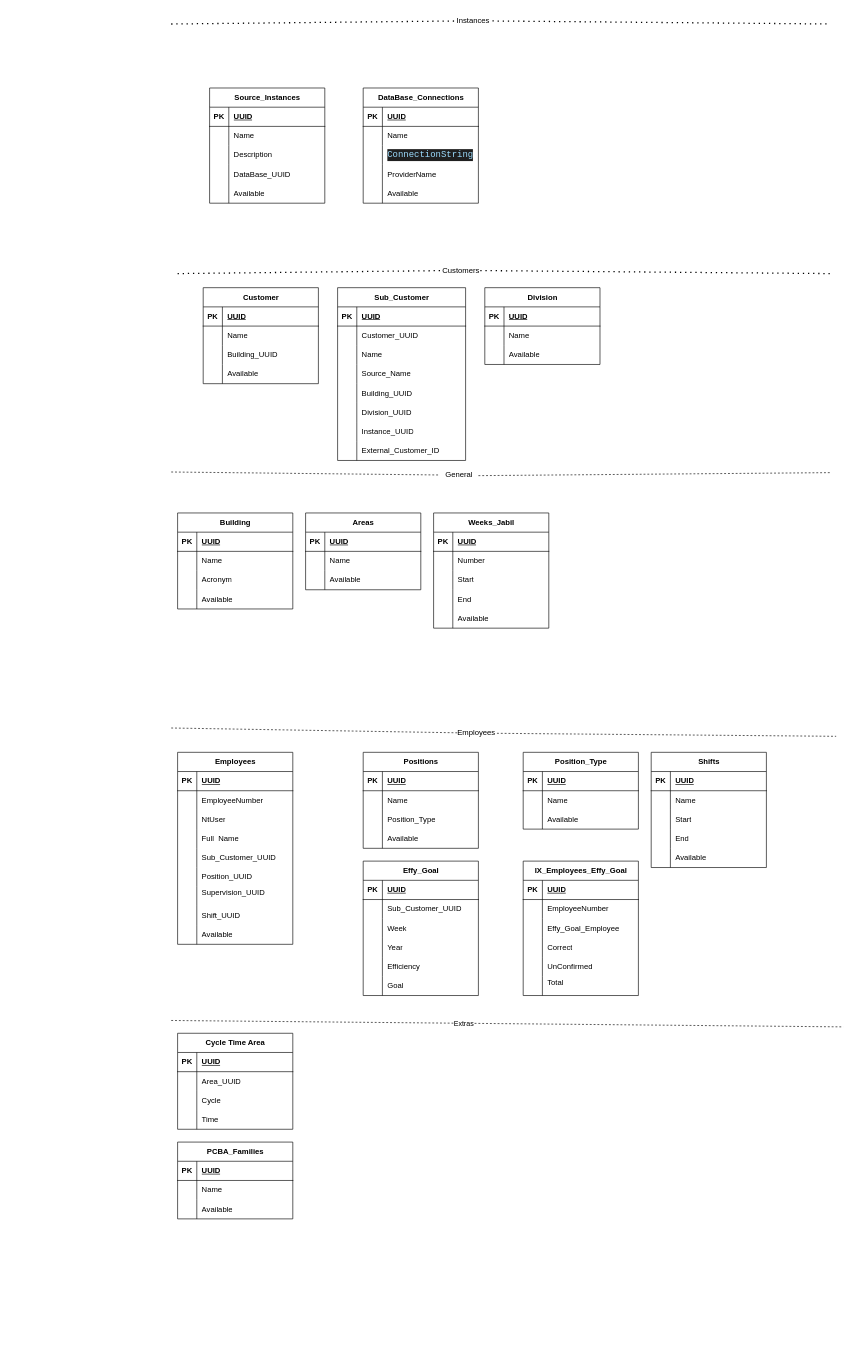
Above: page "Modelos" (1 of 6) of Untitled Diagram.drawio in byok22/backend (draw.io), before the change. Source tidied: cells renumbered, new cells numbered last; positions are measured from the earlier drawing's top-left corner, leaving out a move shared by most shapes. Both pictures are drawn from the tidied source at 64%, with x=0, y=0 at pixel (171, 11).
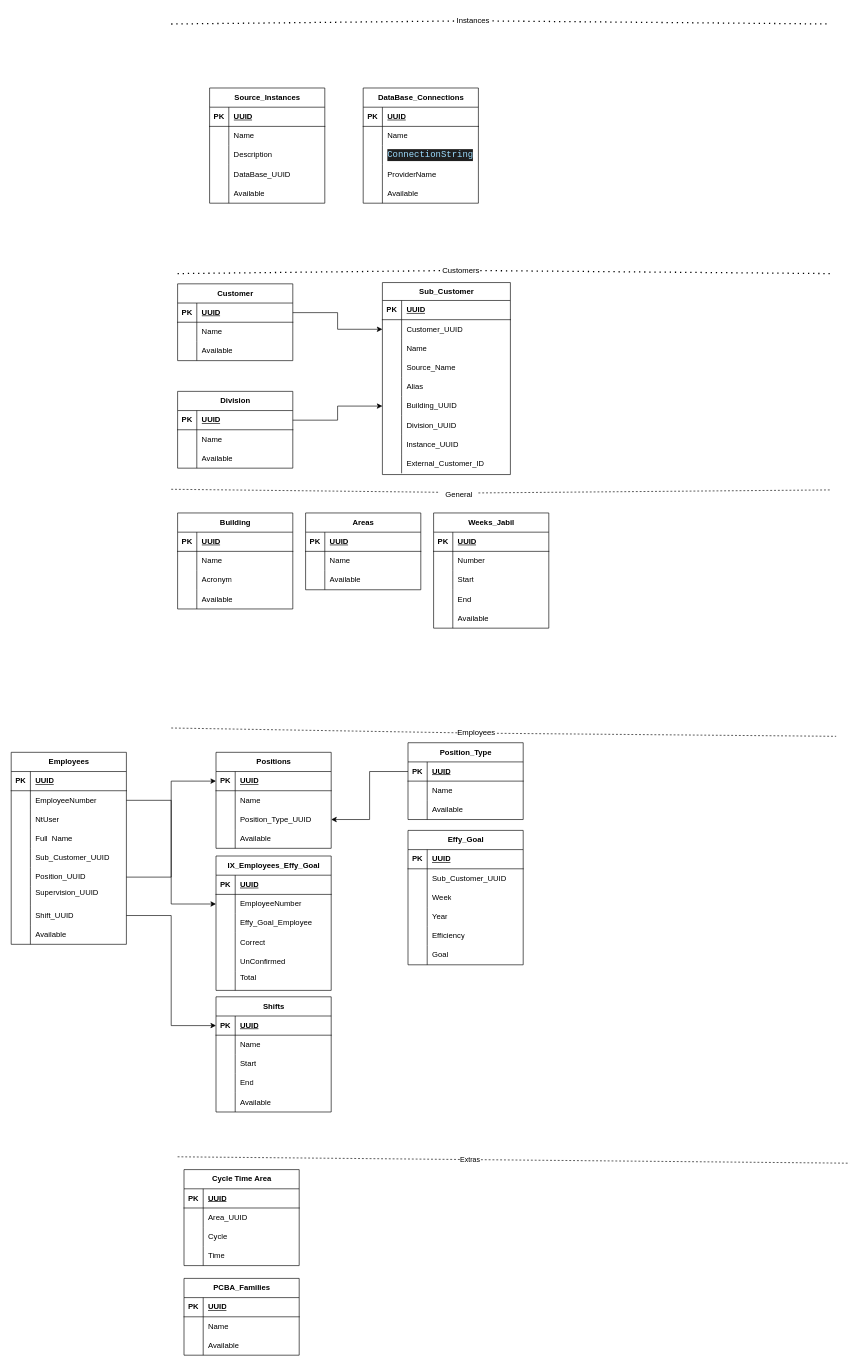
After the change.

Unchanged cells that the change refers to:
```xml
<mxCell id="3" style="shape=tableRow;horizontal=0;startSize=0;swimlaneHead=0;swimlaneBody=0;fillColor=none;points=[[0,0.5],[1,0.5]];portConstraint=eastwest;top=0;left=0;right=0;bottom=1;" parent="2" vertex="1">
  <mxGeometry y="30" width="180" height="30" as="geometry" />
</mxCell>
<mxCell id="54" style="shape=tableRow;horizontal=0;startSize=0;swimlaneHead=0;swimlaneBody=0;fillColor=none;points=[[0,0.5],[1,0.5]];portConstraint=eastwest;top=0;left=0;right=0;bottom=1;" parent="53" vertex="1">
  <mxGeometry y="30" width="180" height="30" as="geometry" />
</mxCell>
<mxCell id="70" style="shape=tableRow;horizontal=0;startSize=0;swimlaneHead=0;swimlaneBody=0;fillColor=none;points=[[0,0.5],[1,0.5]];portConstraint=eastwest;top=0;left=0;right=0;bottom=1;" parent="69" vertex="1">
  <mxGeometry y="30" width="180" height="30" as="geometry" />
</mxCell>
<mxCell id="99" style="shape=tableRow;horizontal=0;startSize=0;swimlaneHead=0;swimlaneBody=0;fillColor=none;points=[[0,0.5],[1,0.5]];portConstraint=eastwest;top=0;left=0;right=0;bottom=0;" parent="95" vertex="1">
  <mxGeometry y="60" width="180" height="30" as="geometry" />
</mxCell>
<mxCell id="111" style="shape=tableRow;horizontal=0;startSize=0;swimlaneHead=0;swimlaneBody=0;fillColor=none;points=[[0,0.5],[1,0.5]];portConstraint=eastwest;top=0;left=0;right=0;bottom=0;" parent="95" vertex="1">
  <mxGeometry y="180" width="180" height="30" as="geometry" />
</mxCell>
<mxCell id="117" style="shape=tableRow;horizontal=0;startSize=0;swimlaneHead=0;swimlaneBody=0;fillColor=none;points=[[0,0.5],[1,0.5]];portConstraint=eastwest;top=0;left=0;right=0;bottom=0;" parent="95" vertex="1">
  <mxGeometry y="240" width="180" height="30" as="geometry" />
</mxCell>
<mxCell id="124" style="shape=tableRow;horizontal=0;startSize=0;swimlaneHead=0;swimlaneBody=0;fillColor=none;points=[[0,0.5],[1,0.5]];portConstraint=eastwest;top=0;left=0;right=0;bottom=1;" parent="123" vertex="1">
  <mxGeometry y="30" width="180" height="30" as="geometry" />
</mxCell>
<mxCell id="130" style="shape=tableRow;horizontal=0;startSize=0;swimlaneHead=0;swimlaneBody=0;fillColor=none;points=[[0,0.5],[1,0.5]];portConstraint=eastwest;top=0;left=0;right=0;bottom=0;" parent="123" vertex="1">
  <mxGeometry y="90" width="180" height="30" as="geometry" />
</mxCell>
<mxCell id="137" style="shape=tableRow;horizontal=0;startSize=0;swimlaneHead=0;swimlaneBody=0;fillColor=none;points=[[0,0.5],[1,0.5]];portConstraint=eastwest;top=0;left=0;right=0;bottom=1;" parent="136" vertex="1">
  <mxGeometry y="30" width="180" height="30" as="geometry" />
</mxCell>
<mxCell id="171" style="shape=tableRow;horizontal=0;startSize=0;swimlaneHead=0;swimlaneBody=0;fillColor=none;points=[[0,0.5],[1,0.5]];portConstraint=eastwest;top=0;left=0;right=0;bottom=0;" parent="167" vertex="1">
  <mxGeometry y="60" width="180" height="30" as="geometry" />
</mxCell>
```

Diff of the diagram source:
```diff
@@
+    <mxCell id="263" style="edgeStyle=orthogonalEdgeStyle;rounded=0;jettySize=auto;html=1;exitX=1;exitY=0.5;exitDx=0;exitDy=0;" parent="1" edge="1" source="3" target="19">
+      <mxGeometry relative="1" as="geometry" />
+    </mxCell>
     <mxCell id="2" value="Customer" style="shape=table;startSize=30;childLayout=tableLayout;rowLines=0;fontStyle=1;align=center;html=1;" parent="1" vertex="1">
-      <mxGeometry x="50" y="432" width="180" height="150" as="geometry" />
+      <mxGeometry x="10" y="426" width="180" height="120" as="geometry" />
     </mxCell>
@@
-    <mxCell id="9" style="shape=tableRow;horizontal=0;startSize=0;swimlaneHead=0;swimlaneBody=0;fillColor=none;top=0;left=0;right=0;bottom=0;" parent="2" vertex="1">
-      <mxGeometry y="90" width="180" height="30" as="geometry" />
-    </mxCell>
-    <mxCell id="10" style="shape=partialRectangle;fillColor=none;top=0;left=0;bottom=0;right=0;overflow=hidden;whiteSpace=wrap;html=1;" parent="9" vertex="1">
-      <mxGeometry width="30" height="30" as="geometry" />
-    </mxCell>
-    <mxCell id="11" value="Building_UUID" style="shape=partialRectangle;fillColor=none;top=0;left=0;bottom=0;right=0;align=left;spacingLeft=6;overflow=hidden;whiteSpace=wrap;html=1;" parent="9" vertex="1">
-      <mxGeometry x="30" width="150" height="30" as="geometry" />
-    </mxCell>
     <mxCell id="12" style="shape=tableRow;horizontal=0;startSize=0;swimlaneHead=0;swimlaneBody=0;fillColor=none;top=0;left=0;right=0;bottom=0;" parent="2" vertex="1">
-      <mxGeometry y="120" width="180" height="30" as="geometry" />
+      <mxGeometry y="90" width="180" height="30" as="geometry" />
     </mxCell>
@@
-    <mxCell id="15" value="Sub_Customer" style="shape=table;startSize=30;childLayout=tableLayout;rowLines=0;fontStyle=1;align=center;html=1;" parent="1" vertex="1">
-      <mxGeometry x="260" y="432" width="200" height="270" as="geometry" />
+    <mxCell id="15" value="Sub_Customer" style="shape=table;startSize=28;childLayout=tableLayout;rowLines=0;fontStyle=1;align=center;html=1;fillColor=none;" parent="1" vertex="1">
+      <mxGeometry x="330" y="424" width="200" height="300" as="geometry" />
     </mxCell>
     <mxCell id="16" style="shape=tableRow;horizontal=0;startSize=0;swimlaneHead=0;swimlaneBody=0;fillColor=none;top=0;left=0;right=0;bottom=1;" parent="15" vertex="1">
-      <mxGeometry y="30" width="200" height="30" as="geometry" />
+      <mxGeometry y="28" width="200" height="30" as="geometry" />
     </mxCell>
@@
     <mxCell id="19" style="shape=tableRow;horizontal=0;startSize=0;swimlaneHead=0;swimlaneBody=0;fillColor=none;points=[[0,0.5],[1,0.5]];portConstraint=eastwest;top=0;left=0;right=0;bottom=0;" parent="15" vertex="1">
-      <mxGeometry y="60" width="200" height="30" as="geometry" />
+      <mxGeometry y="58" width="200" height="30" as="geometry" />
     </mxCell>
@@
     <mxCell id="22" style="shape=tableRow;horizontal=0;startSize=0;swimlaneHead=0;swimlaneBody=0;fillColor=none;top=0;left=0;right=0;bottom=0;" parent="15" vertex="1">
-      <mxGeometry y="90" width="200" height="30" as="geometry" />
+      <mxGeometry y="88" width="200" height="30" as="geometry" />
     </mxCell>
@@
     <mxCell id="25" style="shape=tableRow;horizontal=0;startSize=0;swimlaneHead=0;swimlaneBody=0;fillColor=none;top=0;left=0;right=0;bottom=0;" parent="15" vertex="1">
-      <mxGeometry y="120" width="200" height="30" as="geometry" />
+      <mxGeometry y="118" width="200" height="30" as="geometry" />
     </mxCell>
@@
     <mxCell id="28" style="shape=tableRow;horizontal=0;startSize=0;swimlaneHead=0;swimlaneBody=0;fillColor=none;top=0;left=0;right=0;bottom=0;" parent="15" vertex="1">
-      <mxGeometry y="150" width="200" height="30" as="geometry" />
+      <mxGeometry y="148" width="200" height="30" as="geometry" />
     </mxCell>
@@
-    <mxCell id="30" value="Building_UUID" style="shape=partialRectangle;fillColor=none;top=0;left=0;bottom=0;right=0;align=left;spacingLeft=6;overflow=hidden;whiteSpace=wrap;html=1;" parent="28" vertex="1">
+    <mxCell id="30" value="Alias" style="shape=partialRectangle;fillColor=none;top=0;left=0;bottom=0;right=0;align=left;spacingLeft=6;overflow=hidden;whiteSpace=wrap;html=1;" parent="28" vertex="1">
       <mxGeometry x="30" width="170" height="30" as="geometry" />
     </mxCell>
     <mxCell id="31" style="shape=tableRow;horizontal=0;startSize=0;swimlaneHead=0;swimlaneBody=0;fillColor=none;points=[[0,0.5],[1,0.5]];portConstraint=eastwest;top=0;left=0;right=0;bottom=0;" parent="15" vertex="1">
-      <mxGeometry y="180" width="200" height="30" as="geometry" />
+      <mxGeometry y="178" width="200" height="30" as="geometry" />
     </mxCell>
@@
-    <mxCell id="33" value="Division_UUID" style="shape=partialRectangle;fillColor=none;top=0;left=0;bottom=0;right=0;align=left;spacingLeft=6;overflow=hidden;whiteSpace=wrap;html=1;" parent="31" vertex="1">
+    <mxCell id="33" value="Building_UUID" style="shape=partialRectangle;fillColor=none;top=0;left=0;bottom=0;right=0;align=left;spacingLeft=6;overflow=hidden;whiteSpace=wrap;html=1;" parent="31" vertex="1">
       <mxGeometry x="30" width="170" height="30" as="geometry" />
     </mxCell>
     <mxCell id="34" style="shape=tableRow;horizontal=0;startSize=0;swimlaneHead=0;swimlaneBody=0;fillColor=none;top=0;left=0;right=0;bottom=0;" parent="15" vertex="1">
-      <mxGeometry y="210" width="200" height="30" as="geometry" />
+      <mxGeometry y="208" width="200" height="30" as="geometry" />
     </mxCell>
@@
-    <mxCell id="36" value="Instance_UUID" style="shape=partialRectangle;fillColor=none;top=0;left=0;bottom=0;right=0;align=left;spacingLeft=6;overflow=hidden;whiteSpace=wrap;html=1;" parent="34" vertex="1">
+    <mxCell id="36" value="Division_UUID" style="shape=partialRectangle;fillColor=none;top=0;left=0;bottom=0;right=0;align=left;spacingLeft=6;overflow=hidden;whiteSpace=wrap;html=1;" parent="34" vertex="1">
       <mxGeometry x="30" width="170" height="30" as="geometry" />
     </mxCell>
     <mxCell id="37" style="shape=tableRow;horizontal=0;startSize=0;swimlaneHead=0;swimlaneBody=0;fillColor=none;top=0;left=0;right=0;bottom=0;" parent="15" vertex="1">
-      <mxGeometry y="240" width="200" height="30" as="geometry" />
+      <mxGeometry y="238" width="200" height="30" as="geometry" />
     </mxCell>
@@
-    <mxCell id="39" value="External_Customer_ID" style="shape=partialRectangle;fillColor=none;top=0;left=0;bottom=0;right=0;align=left;spacingLeft=6;overflow=hidden;whiteSpace=wrap;html=1;" parent="37" vertex="1">
+    <mxCell id="39" value="Instance_UUID" style="shape=partialRectangle;fillColor=none;top=0;left=0;bottom=0;right=0;align=left;spacingLeft=6;overflow=hidden;whiteSpace=wrap;html=1;" parent="37" vertex="1">
       <mxGeometry x="30" width="170" height="30" as="geometry" />
     </mxCell>
+    <mxCell id="264" style="shape=tableRow;horizontal=0;startSize=0;swimlaneHead=0;swimlaneBody=0;fillColor=none;top=0;left=0;right=0;bottom=0;" parent="15" vertex="1">
+      <mxGeometry y="268" width="200" height="30" as="geometry" />
+    </mxCell>
+    <mxCell id="10" style="shape=partialRectangle;fillColor=none;top=0;left=0;bottom=0;right=0;overflow=hidden;whiteSpace=wrap;html=1;" parent="264" vertex="1">
+      <mxGeometry width="30" height="30" as="geometry" />
+    </mxCell>
+    <mxCell id="265" value="External_Customer_ID" style="shape=partialRectangle;fillColor=none;top=0;left=0;bottom=0;right=0;align=left;spacingLeft=6;overflow=hidden;whiteSpace=wrap;html=1;" parent="264" vertex="1">
+      <mxGeometry x="30" width="170" height="30" as="geometry" />
+    </mxCell>
@@
     <mxCell id="53" value="Shifts" style="shape=table;startSize=30;childLayout=tableLayout;rowLines=0;fontStyle=1;align=center;html=1;" parent="1" vertex="1">
-      <mxGeometry x="750" y="1158" width="180" height="180" as="geometry" />
+      <mxGeometry x="70" y="1540" width="180" height="180" as="geometry" />
     </mxCell>
@@
+    <mxCell id="266" style="edgeStyle=orthogonalEdgeStyle;rounded=0;jettySize=auto;html=1;exitX=1;exitY=0.5;exitDx=0;exitDy=0;" parent="1" edge="1" source="70" target="31">
+      <mxGeometry relative="1" as="geometry" />
+    </mxCell>
     <mxCell id="69" value="&lt;div&gt;Division&lt;/div&gt;" style="shape=table;startSize=30;childLayout=tableLayout;rowLines=0;fontStyle=1;align=center;html=1;" parent="1" vertex="1">
-      <mxGeometry x="490" y="432" width="180" height="120" as="geometry" />
+      <mxGeometry x="10" y="594" width="180" height="120" as="geometry" />
     </mxCell>
@@
+    <mxCell id="267" style="edgeStyle=orthogonalEdgeStyle;rounded=0;jettySize=auto;html=1;entryX=0;entryY=0.5;entryDx=0;entryDy=0;" parent="1" edge="1" source="111" target="124">
+      <mxGeometry relative="1" as="geometry" />
+    </mxCell>
     <mxCell id="95" value="Employees" style="shape=table;startSize=30;childLayout=tableLayout;rowLines=0;fontStyle=1;align=center;html=1;" parent="1" vertex="1">
-      <mxGeometry x="10" y="1158" width="180" height="300" as="geometry" />
+      <mxGeometry x="-250" y="1158" width="180" height="300" as="geometry" />
     </mxCell>
@@
     <mxCell id="123" value="Positions" style="shape=table;startSize=30;childLayout=tableLayout;rowLines=0;fontStyle=1;align=center;html=1;" parent="1" vertex="1">
-      <mxGeometry x="300" y="1158" width="180" height="150" as="geometry" />
+      <mxGeometry x="70" y="1158" width="180" height="150" as="geometry" />
     </mxCell>
@@
-    <mxCell id="132" value="Position_Type" style="shape=partialRectangle;fillColor=none;top=0;left=0;bottom=0;right=0;align=left;spacingLeft=6;overflow=hidden;whiteSpace=wrap;html=1;" parent="130" vertex="1">
+    <mxCell id="132" value="Position_Type_UUID" style="shape=partialRectangle;fillColor=none;top=0;left=0;bottom=0;right=0;align=left;spacingLeft=6;overflow=hidden;whiteSpace=wrap;html=1;" parent="130" vertex="1">
       <mxGeometry x="30" width="150" height="30" as="geometry" />
     </mxCell>
@@
+    <mxCell id="268" style="edgeStyle=orthogonalEdgeStyle;rounded=0;jettySize=auto;html=1;entryX=1;entryY=0.5;entryDx=0;entryDy=0;" parent="1" edge="1" source="137" target="130">
+      <mxGeometry relative="1" as="geometry" />
+    </mxCell>
     <mxCell id="136" value="Position_Type" style="shape=table;startSize=30;childLayout=tableLayout;rowLines=0;fontStyle=1;align=center;html=1;" parent="1" vertex="1">
-      <mxGeometry x="550" y="1158" width="180" height="120" as="geometry" />
+      <mxGeometry x="370" y="1143" width="180" height="120" as="geometry" />
     </mxCell>
@@
     <mxCell id="147" style="html=1;labelBackgroundColor=#ffffff;endArrow=none;endFill=0;jettySize=auto;orthogonalLoop=1;strokeWidth=1;dashed=1;fontSize=14;rounded=0;" parent="1" edge="1">
       <mxGeometry relative="1" as="geometry">
-        <mxPoint x="480" y="725.7" as="sourcePoint" />
-        <mxPoint x="1030" y="721" as="targetPoint" />
+        <mxPoint x="480" y="752.7" as="sourcePoint" />
+        <mxPoint x="1030" y="748" as="targetPoint" />
       </mxGeometry>
     </mxCell>
     <mxCell id="148" value="Effy_Goal" style="shape=table;startSize=30;childLayout=tableLayout;rowLines=0;fontStyle=1;align=center;html=1;" parent="1" vertex="1">
-      <mxGeometry x="300" y="1328" width="180" height="210" as="geometry" />
+      <mxGeometry x="370" y="1280" width="180" height="210" as="geometry" />
     </mxCell>
@@
     <mxCell id="167" value="IX_Employees_Effy_Goal" style="shape=table;startSize=30;childLayout=tableLayout;rowLines=0;fontStyle=1;align=center;html=1;" parent="1" vertex="1">
-      <mxGeometry x="550" y="1328" width="180" height="210" as="geometry" />
+      <mxGeometry x="70" y="1320" width="180" height="210" as="geometry" />
     </mxCell>
@@
-    <mxCell id="196" style="html=1;labelBackgroundColor=#ffffff;endArrow=none;endFill=0;jettySize=auto;strokeWidth=1;dashed=1;fontSize=14;rounded=0;" parent="1" edge="1" target="197">
+    <mxCell id="196" style="html=1;labelBackgroundColor=#ffffff;endArrow=none;endFill=0;jettySize=auto;orthogonalLoop=1;strokeWidth=1;dashed=1;fontSize=14;rounded=0;" parent="1" edge="1">
       <mxGeometry relative="1" as="geometry">
-        <mxPoint y="720" as="sourcePoint" />
+        <mxPoint y="747" as="sourcePoint" />
+        <mxPoint x="420" y="751.7" as="targetPoint" />
       </mxGeometry>
     </mxCell>
     <mxCell id="197" value="General" style="text;html=1;align=center;verticalAlign=middle;whiteSpace=wrap;rounded=0;" parent="1" vertex="1">
-      <mxGeometry x="420" y="710" width="60" height="30" as="geometry" />
+      <mxGeometry x="420" y="740" width="60" height="30" as="geometry" />
     </mxCell>
@@
     <mxCell id="238" style="endArrow=none;dashed=1;html=1;rounded=0;" parent="1" edge="1">
       <mxGeometry relative="1" as="geometry">
-        <mxPoint y="1577" as="sourcePoint" />
-        <mxPoint x="1050" y="1587" as="targetPoint" />
+        <mxPoint x="10" y="1790" as="sourcePoint" />
+        <mxPoint x="1060" y="1800" as="targetPoint" />
       </mxGeometry>
     </mxCell>
@@
     <mxCell id="240" value="Cycle Time Area" style="shape=table;startSize=30;childLayout=tableLayout;rowLines=0;fontStyle=1;align=center;html=1;" parent="1" vertex="1">
-      <mxGeometry x="10" y="1597" width="180" height="150" as="geometry" />
+      <mxGeometry x="20" y="1810" width="180" height="150" as="geometry" />
     </mxCell>
@@
     <mxCell id="253" value="PCBA_Families" style="shape=table;startSize=30;childLayout=tableLayout;rowLines=0;fontStyle=1;align=center;html=1;" parent="1" vertex="1">
-      <mxGeometry x="10" y="1767" width="180" height="120" as="geometry" />
+      <mxGeometry x="20" y="1980" width="180" height="120" as="geometry" />
     </mxCell>
@@
+    <mxCell id="269" style="edgeStyle=orthogonalEdgeStyle;rounded=0;jettySize=auto;html=1;exitX=1;exitY=0.5;exitDx=0;exitDy=0;" parent="1" edge="1" source="99" target="171">
+      <mxGeometry relative="1" as="geometry" />
+    </mxCell>
+    <mxCell id="270" style="edgeStyle=orthogonalEdgeStyle;rounded=0;jettySize=auto;html=1;exitX=1;exitY=0.5;exitDx=0;exitDy=0;entryX=0;entryY=0.5;entryDx=0;entryDy=0;" parent="1" edge="1" source="117" target="54">
+      <mxGeometry relative="1" as="geometry" />
+    </mxCell>
```
